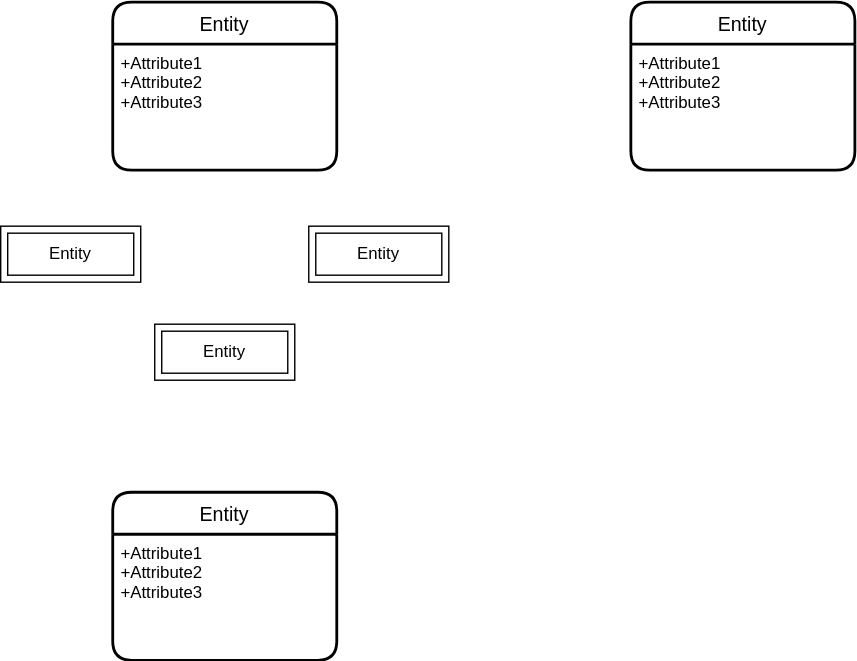
Above: UD12-11.svg in Jimxx22/C3-UD11-UML (draw.io), before the change. Source tidied: cells renumbered, new cells last; positions are measured from the earlier drawing's top-left corner, leaving out a move shared by most shapes.
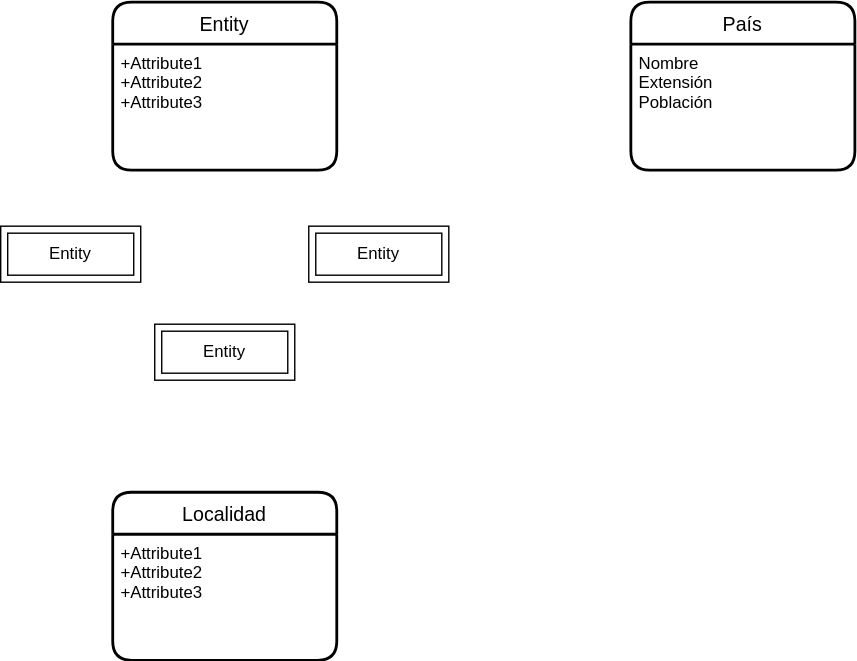
Above is the later version.

Diff of the diagram source:
```diff
@@ -8,13 +8,13 @@
     <mxCell id="3" value="+Attribute1&#10;+Attribute2&#10;+Attribute3" style="align=left;strokeColor=none;fillColor=none;spacingLeft=4;fontSize=12;verticalAlign=top;" parent="2" vertex="1">
       <mxGeometry y="30" width="160" height="90" as="geometry" />
     </mxCell>
-    <mxCell id="4" value="Entity" style="swimlane;horizontal=1;startSize=30;rounded=1;fontSize=14;fontStyle=0;strokeWidth=2;shadow=0;dashed=0;align=center;" parent="1" vertex="1">
+    <mxCell id="4" value="País" style="swimlane;horizontal=1;startSize=30;rounded=1;fontSize=14;fontStyle=0;strokeWidth=2;shadow=0;dashed=0;align=center;" parent="1" vertex="1">
       <mxGeometry x="450" width="160" height="120" as="geometry" />
     </mxCell>
-    <mxCell id="5" value="+Attribute1&#10;+Attribute2&#10;+Attribute3" style="align=left;strokeColor=none;fillColor=none;spacingLeft=4;fontSize=12;verticalAlign=top;" parent="4" vertex="1">
+    <mxCell id="5" value="Nombre&#10;Extensión&#10;Población&#10;" style="align=left;strokeColor=none;fillColor=none;spacingLeft=4;fontSize=12;verticalAlign=top;" parent="4" vertex="1">
       <mxGeometry y="30" width="160" height="90" as="geometry" />
     </mxCell>
-    <mxCell id="6" value="Entity" style="swimlane;horizontal=1;startSize=30;rounded=1;fontSize=14;fontStyle=0;strokeWidth=2;shadow=0;dashed=0;align=center;" parent="1" vertex="1">
+    <mxCell id="6" value="Localidad" style="swimlane;horizontal=1;startSize=30;rounded=1;fontSize=14;fontStyle=0;strokeWidth=2;shadow=0;dashed=0;align=center;" parent="1" vertex="1">
       <mxGeometry x="80" y="350" width="160" height="120" as="geometry" />
     </mxCell>
     <mxCell id="7" value="+Attribute1&#10;+Attribute2&#10;+Attribute3" style="align=left;strokeColor=none;fillColor=none;spacingLeft=4;fontSize=12;verticalAlign=top;" parent="6" vertex="1">
```
